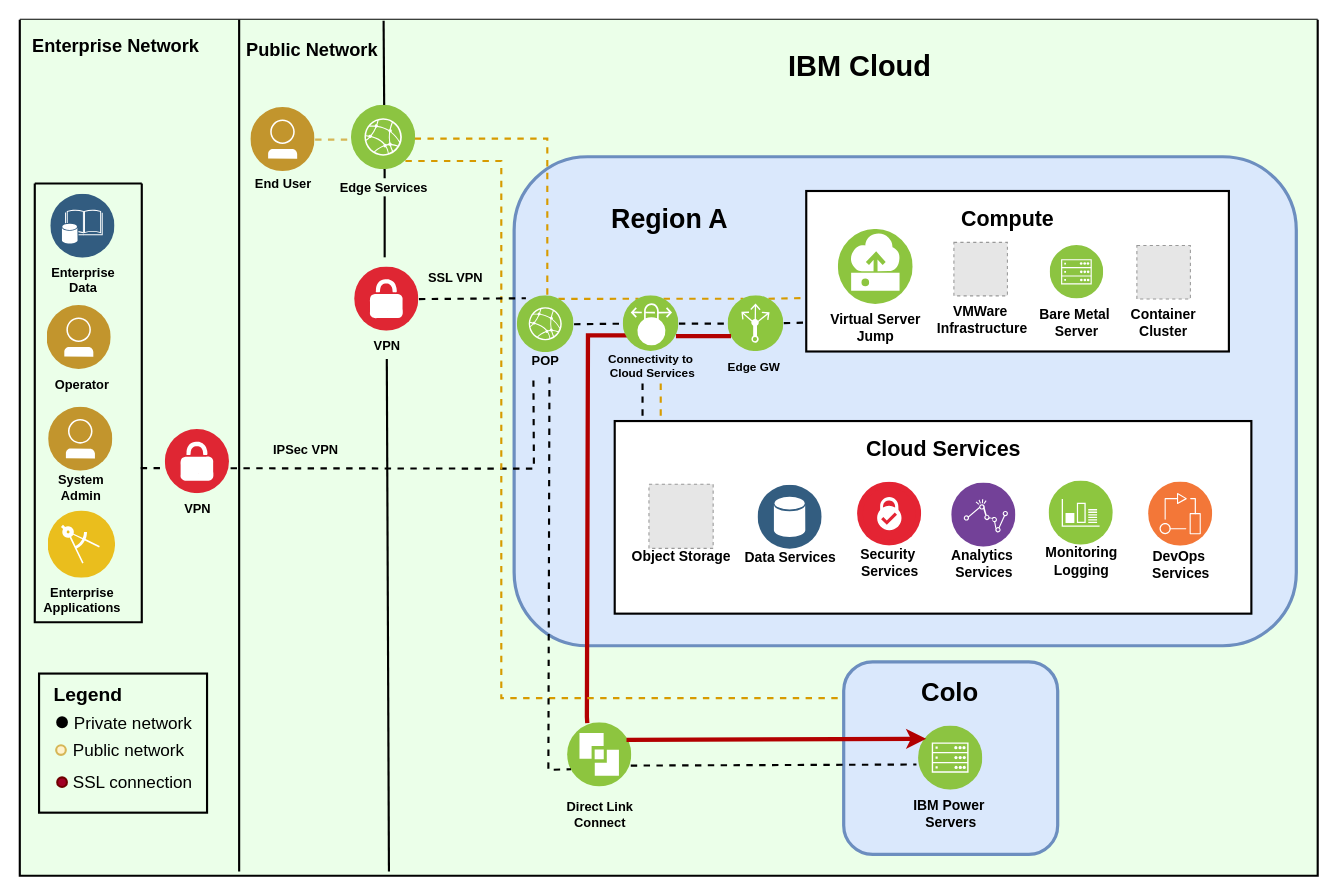
The draw.io diagram page "network-private-ipsec-gre" (2 of 7) of diagrams/power-iaas-diagram-enhanced.drawio in ibm-cloud-docs/power-iaas, before the edit. Source tidied: cells renumbered, new cells numbered last; positions are measured from the earlier drawing's top-left corner, leaving out a move shared by most shapes. Both pictures are drawn from the tidied source at 107%, with x=0, y=0 at pixel (19, 19). Pictures stored in the file or linked from it are replaced by grey dashed boxes.
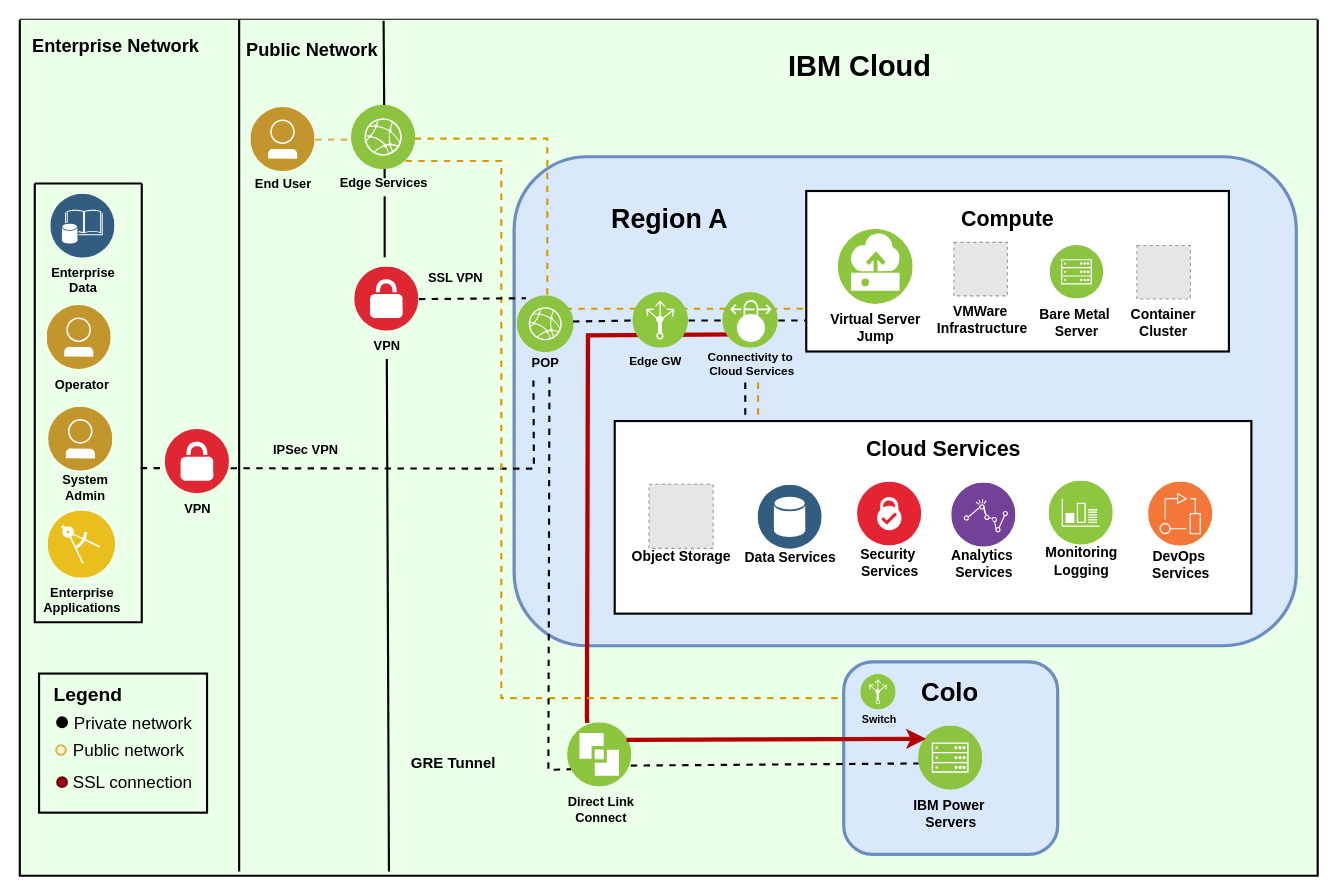
The same diagram, later.

Commit message (it also covers changes not shown here):
Update direct link information to capture new connectivity

The change refers to these unchanged cells:
```xml
<mxCell id="9" style="swimlane;shadow=0;align=right;startSize=0;strokeWidth=2;fontColor=none;html=1;labelBackgroundColor=none;fontStyle=1;fillColor=#ffffff;noLabel=1;" parent="2" vertex="1">
  <mxGeometry x="14" y="153" width="100" height="410" as="geometry" />
</mxCell>
<mxCell id="18" style="rounded=1;whiteSpace=wrap;html=1;labelBackgroundColor=none;fontSize=24;align=right;arcSize=0;strokeWidth=2;" parent="2" vertex="1">
  <mxGeometry x="735" y="160" width="395" height="150" as="geometry" />
</mxCell>
```

What changed in the source:
```diff
@@
-    <mxCell id="2" style="swimlane;shadow=0;align=right;startSize=0;strokeWidth=2;fontStyle=1;fontSize=10;verticalAlign=top;spacingTop=-6;html=1;labelBackgroundColor=none;swimlaneLine=1;swimlaneFillColor=#EBFFE9;fillColor=#e51400;strokeColor=#000000;fontColor=#ffffff;" parent="1" vertex="1">
+    <mxCell id="2" style="swimlane;shadow=0;align=right;startSize=0;strokeWidth=2;fontStyle=1;fontSize=10;verticalAlign=top;spacingTop=-6;html=1;labelBackgroundColor=none;swimlaneLine=1;swimlaneFillColor=#EBFFE9;fillColor=#e51400;strokeColor=#000000;fontColor=#33FFFF;labelBorderColor=none;" parent="1" vertex="1">
       <mxGeometry width="1213" height="800" as="geometry" />
     </mxCell>
+    <mxCell id="17" style="rounded=1;whiteSpace=wrap;html=1;labelBackgroundColor=none;fillColor=#dae8fc;fontSize=24;align=right;strokeColor=#6c8ebf;strokeWidth=3;" parent="2" vertex="1">
+      <mxGeometry x="770" y="600" width="200" height="180" as="geometry" />
+    </mxCell>
@@
-    <mxCell id="12" value="&lt;div&gt;SYSTEMS&lt;/div&gt;&lt;div&gt;ADMIN&lt;br&gt;&lt;/div&gt;" style="perimeter=ellipsePerimeter;html=1;align=center;shadow=0;dashed=0;image;image=img/lib/ibm/users/user.svg;labelBackgroundColor=#ffffff;strokeColor=#666666;strokeWidth=2;fillColor=#C2952D;gradientColor=none;fontSize=12;fontColor=none;spacingTop=0;spacing=0;noLabel=1;" parent="9" vertex="1">
+    <mxCell id="12" value="&lt;div&gt;SYSTEMS&lt;/div&gt;&lt;div&gt;ADMIN&lt;br&gt;&lt;/div&gt;" style="perimeter=ellipsePerimeter;html=1;align=center;shadow=0;dashed=0;image;image=img/lib/ibm/users/user.svg;labelBackgroundColor=#ffffff;strokeColor=#666666;strokeWidth=2;fillColor=#C2952D;gradientColor=none;fontSize=12;fontColor=none;spacingTop=0;spacing=0;spacingBottom=0;noLabel=1;" parent="9" vertex="1">
       <mxGeometry x="13" y="209" width="60" height="60" as="geometry" />
     </mxCell>
@@
-    <mxCell id="14" value="&lt;b&gt;System&lt;br&gt;Admin&lt;/b&gt;" style="text;html=1;align=center;verticalAlign=middle;fillColor=none;strokeColor=none;rounded=0;labelBackgroundColor=none;fontSize=12;fontColor=none;" parent="9" vertex="1">
-      <mxGeometry x="16" y="267" width="54" height="33" as="geometry" />
+    <mxCell id="14" value="&lt;b&gt;System&lt;br&gt;Admin&lt;/b&gt;" style="text;html=1;align=center;verticalAlign=middle;fillColor=none;strokeColor=none;rounded=0;labelBackgroundColor=none;fontSize=12;fontColor=none;spacing=0;spacingRight=0;" parent="9" vertex="1">
+      <mxGeometry x="20" y="267" width="54" height="33" as="geometry" />
     </mxCell>
@@
-    <mxCell id="17" style="rounded=1;whiteSpace=wrap;html=1;labelBackgroundColor=none;fillColor=#dae8fc;fontSize=24;align=right;strokeColor=#6c8ebf;strokeWidth=3;" parent="2" vertex="1">
-      <mxGeometry x="770" y="600" width="200" height="180" as="geometry" />
-    </mxCell>
@@
-    <mxCell id="23" style="edgeStyle=orthogonalEdgeStyle;rounded=0;jettySize=auto;html=1;exitX=1;exitY=0.5;exitDx=0;exitDy=0;startArrow=none;startFill=0;endArrow=none;endFill=0;strokeWidth=2;fontSize=11;fontColor=none;fillColor=#ffe6cc;strokeColor=#d79b00;dashed=1;" parent="2" edge="1" source="72" target="26">
+    <mxCell id="23" style="edgeStyle=orthogonalEdgeStyle;rounded=0;jettySize=auto;html=1;exitX=1;exitY=0.5;exitDx=0;exitDy=0;startArrow=none;startFill=0;endArrow=none;endFill=0;strokeWidth=2;fontSize=11;fontColor=none;fillColor=#ffe6cc;strokeColor=#d79b00;dashed=1;entryX=0;entryY=0.75;entryDx=0;entryDy=0;" parent="2" edge="1" source="72" target="18">
       <mxGeometry relative="1" as="geometry">
         <Array as="points">
+          <mxPoint x="370" y="111" />
           <mxPoint x="493" y="111" />
+          <mxPoint x="493" y="270" />
+          <mxPoint x="735" y="270" />
         </Array>
       </mxGeometry>
     </mxCell>
-    <mxCell id="24" style="edgeStyle=none;rounded=0;jettySize=auto;html=1;exitX=0.75;exitY=0;exitDx=0;exitDy=0;entryX=0.25;entryY=0;entryDx=0;entryDy=0;startArrow=none;startFill=0;endArrow=none;endFill=0;strokeWidth=2;fontSize=11;fontColor=none;fillColor=#ffe6cc;strokeColor=#d79b00;dashed=1;" parent="2" edge="1" source="26" target="41">
-      <mxGeometry relative="1" as="geometry" />
-    </mxCell>
-    <mxCell id="25" style="edgeStyle=none;rounded=0;jettySize=auto;html=1;entryX=0;entryY=0.5;entryDx=0;entryDy=0;dashed=1;startArrow=none;startFill=0;endArrow=none;endFill=0;strokeWidth=2;fontSize=11;fontColor=none;exitX=1;exitY=0.5;exitDx=0;exitDy=0;" parent="2" edge="1" source="26" target="41">
-      <mxGeometry relative="1" as="geometry" />
+    <mxCell id="25" style="edgeStyle=none;rounded=0;jettySize=auto;html=1;dashed=1;startArrow=none;startFill=0;endArrow=none;endFill=0;strokeWidth=2;fontSize=11;fontColor=none;exitX=1;exitY=0.5;exitDx=0;exitDy=0;" parent="2" edge="1" source="31">
+      <mxGeometry relative="1" as="geometry">
+        <mxPoint x="734" y="281" as="targetPoint" />
+      </mxGeometry>
     </mxCell>
-    <mxCell id="26" value="POP" style="perimeter=ellipsePerimeter;align=center;shadow=0;dashed=0;image;image=img/lib/ibm/infrastructure/edge_services.svg;strokeWidth=3;spacingTop=-6;fontColor=#000000;labelBackgroundColor=none;fontStyle=1;imageBorder=none;imageBackground=none;fontSize=12;" parent="2" vertex="1">
+    <mxCell id="26" value="POP" style="perimeter=ellipsePerimeter;align=center;shadow=0;dashed=0;image;image=img/lib/ibm/infrastructure/edge_services.svg;strokeWidth=3;spacingTop=-4;fontColor=#000000;labelBackgroundColor=none;fontStyle=1;imageBorder=none;imageBackground=none;fontSize=12;" parent="2" vertex="1">
       <mxGeometry x="465" y="258" width="53" height="53" as="geometry" />
     </mxCell>
-    <mxCell id="27" style="edgeStyle=none;rounded=0;jettySize=auto;html=1;exitX=0.75;exitY=0;exitDx=0;exitDy=0;entryX=0.25;entryY=0;entryDx=0;entryDy=0;startArrow=none;startFill=0;endArrow=none;endFill=0;strokeWidth=2;fontSize=11;fontColor=none;fillColor=#ffe6cc;strokeColor=#d79b00;dashed=1;" parent="2" edge="1" source="41" target="31">
-      <mxGeometry relative="1" as="geometry" />
-    </mxCell>
-    <mxCell id="28" style="edgeStyle=none;rounded=0;jettySize=auto;html=1;exitX=1;exitY=0.5;exitDx=0;exitDy=0;dashed=1;startArrow=none;startFill=0;endArrow=none;endFill=0;strokeWidth=2;fontSize=11;fontColor=none;entryX=0;entryY=0.5;entryDx=0;entryDy=0;" parent="2" edge="1" source="41" target="31">
-      <mxGeometry relative="1" as="geometry" />
-    </mxCell>
-    <mxCell id="29" style="edgeStyle=none;rounded=0;jettySize=auto;html=1;dashed=1;startArrow=none;startFill=0;endArrow=none;endFill=0;strokeWidth=2;fontSize=11;fontColor=none;" parent="2" edge="1" source="31">
-      <mxGeometry relative="1" as="geometry">
-        <mxPoint x="735" y="283" as="targetPoint" />
-      </mxGeometry>
-    </mxCell>
-    <mxCell id="30" style="edgeStyle=none;rounded=0;jettySize=auto;html=1;exitX=0.75;exitY=0;exitDx=0;exitDy=0;startArrow=none;startFill=0;endArrow=none;endFill=0;strokeWidth=2;fontSize=11;fontColor=none;fillColor=#ffe6cc;strokeColor=#d79b00;dashed=1;" parent="2" edge="1" source="31">
-      <mxGeometry relative="1" as="geometry">
-        <mxPoint x="733" y="260" as="targetPoint" />
-      </mxGeometry>
-    </mxCell>
-    <mxCell id="31" value="Edge GW" style="perimeter=ellipsePerimeter;align=center;shadow=0;dashed=0;fontColor=none;labelBackgroundColor=none;fontSize=12;spacingTop=-2;image;image=img/lib/ibm/infrastructure/load_balancing_routing.svg;fontStyle=1;labelBorderColor=none;whiteSpace=wrap;noLabel=1;" parent="2" vertex="1">
-      <mxGeometry x="662" y="258" width="52" height="52" as="geometry" />
-    </mxCell>
@@
     <mxCell id="39" style="edgeStyle=none;rounded=0;orthogonalLoop=1;jettySize=auto;html=1;startArrow=none;startFill=0;endArrow=none;endFill=0;strokeWidth=2;fontSize=13;fontColor=none;dashed=1;" parent="2" edge="1">
       <mxGeometry relative="1" as="geometry">
-        <mxPoint x="582" y="340" as="sourcePoint" />
-        <mxPoint x="582" y="372" as="targetPoint" />
+        <mxPoint x="678" y="339" as="sourcePoint" />
+        <mxPoint x="678" y="371" as="targetPoint" />
       </mxGeometry>
     </mxCell>
-    <mxCell id="40" style="edgeStyle=none;rounded=0;jettySize=auto;html=1;exitX=0;exitY=0.75;exitDx=0;exitDy=0;strokeWidth=4;fontSize=12;fontColor=none;fillColor=#e51400;strokeColor=#B20000;endArrow=none;endFill=0;entryX=0.306;entryY=0.005;entryDx=0;entryDy=0;entryPerimeter=0;" parent="2" edge="1" target="62">
+    <mxCell id="40" style="edgeStyle=none;rounded=0;jettySize=auto;html=1;strokeWidth=4;fontSize=12;fontColor=none;fillColor=#e51400;strokeColor=#B20000;endArrow=none;endFill=0;entryX=0.306;entryY=0.005;entryDx=0;entryDy=0;entryPerimeter=0;" parent="2" edge="1" target="62">
       <mxGeometry relative="1" as="geometry">
-        <mxPoint x="567.6" y="294.9" as="sourcePoint" />
+        <mxPoint x="671" y="294" as="sourcePoint" />
         <Array as="points">
           <mxPoint x="531" y="295" />
           <mxPoint x="530" y="651.5" />
         </Array>
       </mxGeometry>
     </mxCell>
-    <mxCell id="41" value="Connectivity to&#10; Cloud Services&#10;&#10;" style="perimeter=ellipsePerimeter;align=center;shadow=0;dashed=0;image;image=img/lib/ibm/vpc/VPN.svg;fontColor=#000000;spacingTop=-6;fontStyle=1;fontSize=11;labelBackgroundColor=none;labelBorderColor=none;" parent="2" vertex="1">
-      <mxGeometry x="564" y="258" width="52" height="52" as="geometry" />
+    <mxCell id="41" value="Connectivity to&#10; Cloud Services&#10;&#10;" style="perimeter=ellipsePerimeter;align=center;shadow=0;dashed=0;image;image=img/lib/ibm/vpc/VPN.svg;fontColor=#000000;spacingTop=-5;fontStyle=1;fontSize=11;labelBackgroundColor=none;labelBorderColor=none;" parent="2" vertex="1">
+      <mxGeometry x="657" y="255" width="52" height="52" as="geometry" />
     </mxCell>
@@
     <mxCell id="55" style="edgeStyle=none;rounded=0;orthogonalLoop=1;jettySize=auto;html=1;startArrow=none;startFill=0;endArrow=none;endFill=0;strokeWidth=2;fontSize=13;fontColor=none;fillColor=#ffe6cc;strokeColor=#d79b00;dashed=1;" parent="2" edge="1">
       <mxGeometry relative="1" as="geometry">
-        <mxPoint x="599" y="340" as="sourcePoint" />
-        <mxPoint x="599" y="373" as="targetPoint" />
+        <mxPoint x="690" y="339" as="sourcePoint" />
+        <mxPoint x="690" y="372" as="targetPoint" />
       </mxGeometry>
     </mxCell>
     <mxCell id="56" value="&lt;font style=&quot;font-size: 11px&quot;&gt;&lt;b&gt;Edge GW&lt;/b&gt;&lt;/font&gt;" style="text;html=1;align=left;verticalAlign=top;spacingTop=-4;fontColor=none;" parent="2" vertex="1">
-      <mxGeometry x="660" y="315" width="60" height="15" as="geometry" />
+      <mxGeometry x="568" y="309" width="60" height="15" as="geometry" />
     </mxCell>
     <mxCell id="57" value="Direct Link &lt;br&gt;Connect" style="text;html=1;align=center;verticalAlign=middle;fillColor=none;strokeColor=none;rounded=0;labelBackgroundColor=none;fontSize=12;fontColor=none;fontStyle=1;" parent="2" vertex="1">
-      <mxGeometry x="508" y="726" width="68" height="33" as="geometry" />
+      <mxGeometry x="509" y="721" width="68" height="33" as="geometry" />
     </mxCell>
@@
-    <mxCell id="62" value="Direct Link&lt;br&gt;Connect&lt;br&gt;" style="perimeter=ellipsePerimeter;align=center;shadow=0;dashed=0;fontColor=none;labelBackgroundColor=none;fontSize=12;spacingTop=-4;image;image=img/lib/ibm/vpc/DirectLink.svg;html=1;fontStyle=1;noLabel=1;" parent="2" vertex="1">
+    <mxCell id="62" value="Direct Link&lt;br&gt;Connect&lt;br&gt;" style="perimeter=ellipsePerimeter;align=center;shadow=0;dashed=0;fontColor=none;labelBackgroundColor=none;fontSize=12;spacingTop=-4;image;image=img/lib/ibm/vpc/DirectLink.svg;fontStyle=1;html=1;noLabel=1;" parent="2" vertex="1">
       <mxGeometry x="512" y="657" width="60" height="60" as="geometry" />
     </mxCell>
     <mxCell id="63" style="edgeStyle=none;rounded=0;orthogonalLoop=1;jettySize=auto;html=1;dashed=1;startArrow=none;startFill=0;endArrow=none;endFill=0;strokeWidth=2;fontSize=11;fontColor=none;" parent="2" edge="1">
       <mxGeometry relative="1" as="geometry">
         <mxPoint x="571" y="697" as="sourcePoint" />
-        <mxPoint x="838" y="696" as="targetPoint" />
+        <mxPoint x="840" y="695" as="targetPoint" />
       </mxGeometry>
     </mxCell>
@@
-    <mxCell id="69" style="endArrow=none;html=1;strokeWidth=4;fontSize=12;fontColor=none;fillColor=#e51400;strokeColor=#B20000;rounded=0;entryX=0;entryY=0.75;entryDx=0;entryDy=0;exitX=1;exitY=0.75;exitDx=0;exitDy=0;" parent="2" edge="1" source="41" target="31">
-      <mxGeometry relative="1" as="geometry" />
-    </mxCell>
@@
-    <mxCell id="72" value="&lt;div&gt;Edge Services&lt;/div&gt;" style="perimeter=ellipsePerimeter;align=center;shadow=0;dashed=0;image;image=img/lib/ibm/infrastructure/edge_services.svg;labelBackgroundColor=none;strokeColor=#666666;strokeWidth=2;fillColor=#C2952D;gradientColor=none;fontSize=12;fontColor=#000000;spacingTop=3;html=1;fontStyle=1;" parent="2" vertex="1">
+    <mxCell id="72" value="&lt;div&gt;Edge Services&lt;/div&gt;" style="perimeter=ellipsePerimeter;align=center;shadow=0;dashed=0;image;image=img/lib/ibm/infrastructure/edge_services.svg;labelBackgroundColor=none;strokeColor=#666666;strokeWidth=2;fillColor=#C2952D;gradientColor=none;fontSize=12;fontColor=#000000;spacingTop=-1;html=1;fontStyle=1;" parent="2" vertex="1">
       <mxGeometry x="310" y="80" width="60" height="60" as="geometry" />
     </mxCell>
@@
+    <mxCell id="76" value="GRE Tunnel" style="text;html=1;align=center;verticalAlign=middle;fillColor=none;strokeColor=none;rounded=0;labelBackgroundColor=none;fontSize=14;fontColor=none;fontStyle=1;" parent="2" vertex="1">
+      <mxGeometry x="360" y="684" width="90" height="22" as="geometry" />
+    </mxCell>
+    <mxCell id="77" style="edgeStyle=none;rounded=0;jettySize=auto;html=1;entryX=0;entryY=0.5;entryDx=0;entryDy=0;dashed=1;startArrow=none;startFill=0;endArrow=none;endFill=0;strokeWidth=2;fontSize=11;fontColor=none;" parent="2" edge="1" target="31">
+      <mxGeometry relative="1" as="geometry">
+        <mxPoint x="517" y="282" as="sourcePoint" />
+      </mxGeometry>
+    </mxCell>
+    <mxCell id="31" value="Edge GW" style="perimeter=ellipsePerimeter;align=center;shadow=0;dashed=0;fontColor=none;labelBackgroundColor=none;fontSize=12;spacingTop=-2;image;image=img/lib/ibm/infrastructure/load_balancing_routing.svg;fontStyle=1;labelBorderColor=none;whiteSpace=wrap;noLabel=1;" parent="2" vertex="1">
+      <mxGeometry x="573" y="255" width="52" height="52" as="geometry" />
+    </mxCell>
+    <mxCell id="78" value="Switch" style="perimeter=ellipsePerimeter;align=center;shadow=0;dashed=0;fontColor=none;labelBackgroundColor=none;fontSize=12;spacingTop=-3;image;image=img/lib/ibm/infrastructure/load_balancing_routing.svg;fontStyle=1;labelBorderColor=none;spacing=0;verticalAlign=top;imageBackground=none;imageBorder=none;whiteSpace=wrap;html=1;noLabel=1;" parent="2" vertex="1">
+      <mxGeometry x="786" y="612" width="33" height="33" as="geometry" />
+    </mxCell>
+    <mxCell id="79" value="Switch" style="text;html=1;align=center;verticalAlign=middle;fillColor=none;strokeColor=none;rounded=0;labelBackgroundColor=none;fontSize=10;fontColor=none;fontStyle=1;" parent="2" vertex="1">
+      <mxGeometry x="781.5" y="645" width="43" height="17" as="geometry" />
+    </mxCell>
```
